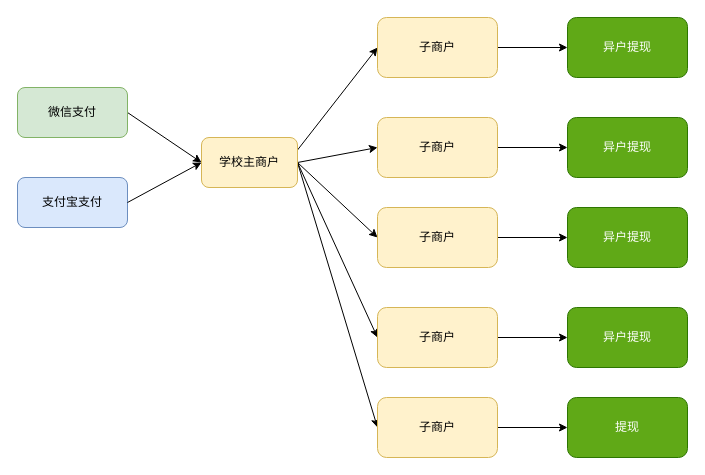
The draw.io diagram page "第 16 页" (16 of 19) of 青岛恒星示意.drawio in bzerozero7/test, before the edit. Source tidied: cells renumbered, new cells numbered last; positions are measured from the earlier drawing's top-left corner, leaving out a move shared by most shapes. Both pictures are drawn from the tidied source at 100%, with x=0, y=0 at pixel (17, 17).
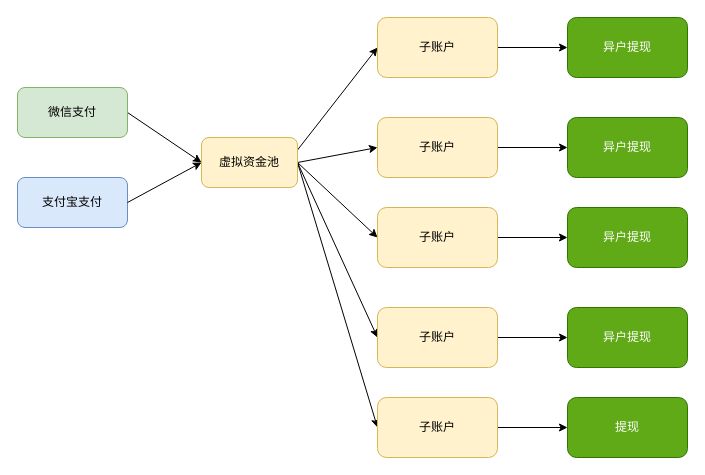
After the change.

The edit, as a diff of the source:
```diff
@@
-    <mxCell id="9" value="学校主商户" style="rounded=1;whiteSpace=wrap;html=1;fillColor=#fff2cc;strokeColor=#d6b656;" parent="1" vertex="1">
+    <mxCell id="9" value="虚拟资金池" style="rounded=1;whiteSpace=wrap;html=1;fillColor=#fff2cc;strokeColor=#d6b656;" parent="1" vertex="1">
       <mxGeometry x="184" y="120" width="96" height="50" as="geometry" />
     </mxCell>
@@
-    <mxCell id="11" value="子商户" style="rounded=1;whiteSpace=wrap;html=1;fillColor=#fff2cc;strokeColor=#d6b656;" parent="1" vertex="1">
+    <mxCell id="11" value="子账户" style="rounded=1;whiteSpace=wrap;html=1;fillColor=#fff2cc;strokeColor=#d6b656;" parent="1" vertex="1">
       <mxGeometry x="360" y="190" width="120" height="60" as="geometry" />
     </mxCell>
@@
-    <mxCell id="13" value="子商户" style="rounded=1;whiteSpace=wrap;html=1;fillColor=#fff2cc;strokeColor=#d6b656;" parent="1" vertex="1">
+    <mxCell id="13" value="子账户" style="rounded=1;whiteSpace=wrap;html=1;fillColor=#fff2cc;strokeColor=#d6b656;" parent="1" vertex="1">
       <mxGeometry x="360" width="120" height="60" as="geometry" />
     </mxCell>
@@
-    <mxCell id="15" value="子商户" style="rounded=1;whiteSpace=wrap;html=1;fillColor=#fff2cc;strokeColor=#d6b656;" parent="1" vertex="1">
+    <mxCell id="15" value="子账户" style="rounded=1;whiteSpace=wrap;html=1;fillColor=#fff2cc;strokeColor=#d6b656;" parent="1" vertex="1">
       <mxGeometry x="360" y="100" width="120" height="60" as="geometry" />
     </mxCell>
@@
-    <mxCell id="22" value="子商户" style="rounded=1;whiteSpace=wrap;html=1;fillColor=#fff2cc;strokeColor=#d6b656;" parent="1" vertex="1">
+    <mxCell id="22" value="子账户" style="rounded=1;whiteSpace=wrap;html=1;fillColor=#fff2cc;strokeColor=#d6b656;" parent="1" vertex="1">
       <mxGeometry x="360" y="290" width="120" height="60" as="geometry" />
     </mxCell>
@@
-    <mxCell id="24" value="子商户" style="rounded=1;whiteSpace=wrap;html=1;fillColor=#fff2cc;strokeColor=#d6b656;" parent="1" vertex="1">
+    <mxCell id="24" value="子账户" style="rounded=1;whiteSpace=wrap;html=1;fillColor=#fff2cc;strokeColor=#d6b656;" parent="1" vertex="1">
       <mxGeometry x="360" y="380" width="120" height="60" as="geometry" />
     </mxCell>
```
